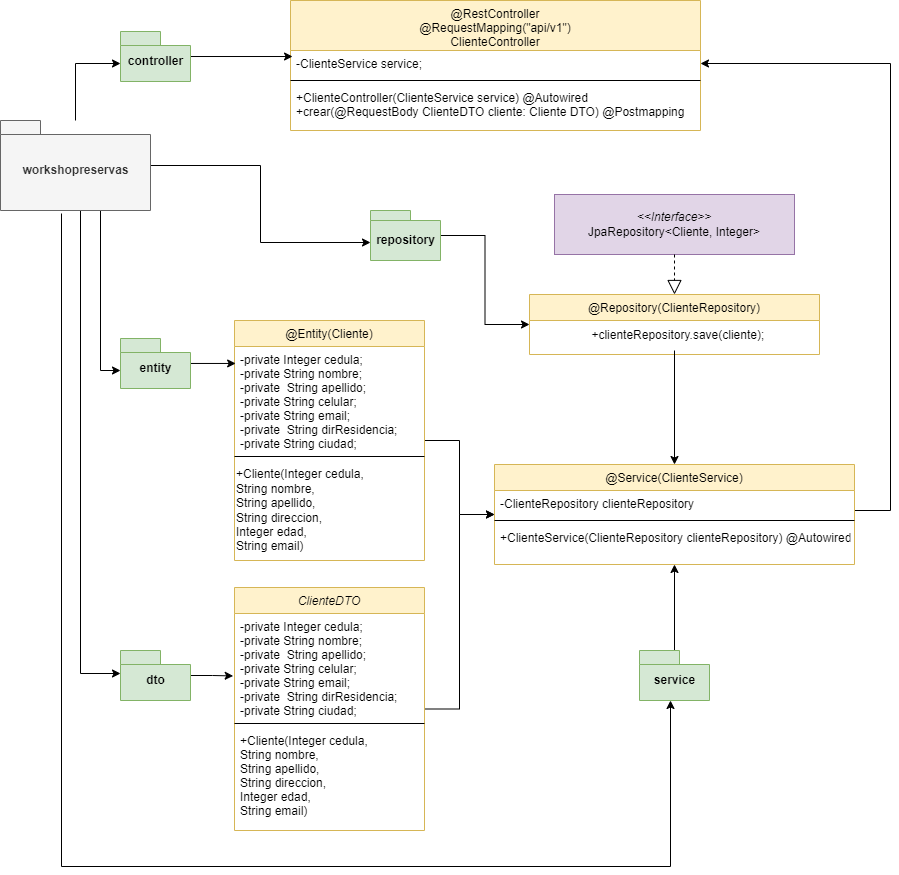
This is clase_cliente.drawio.png from VivianaGuzmanBuritica/reservas-hotel-api-java, a draw.io export, as it was before one commit. Source tidied: cells renumbered, new cells last; positions are measured from the earlier drawing's top-left corner, leaving out a move shared by most shapes.
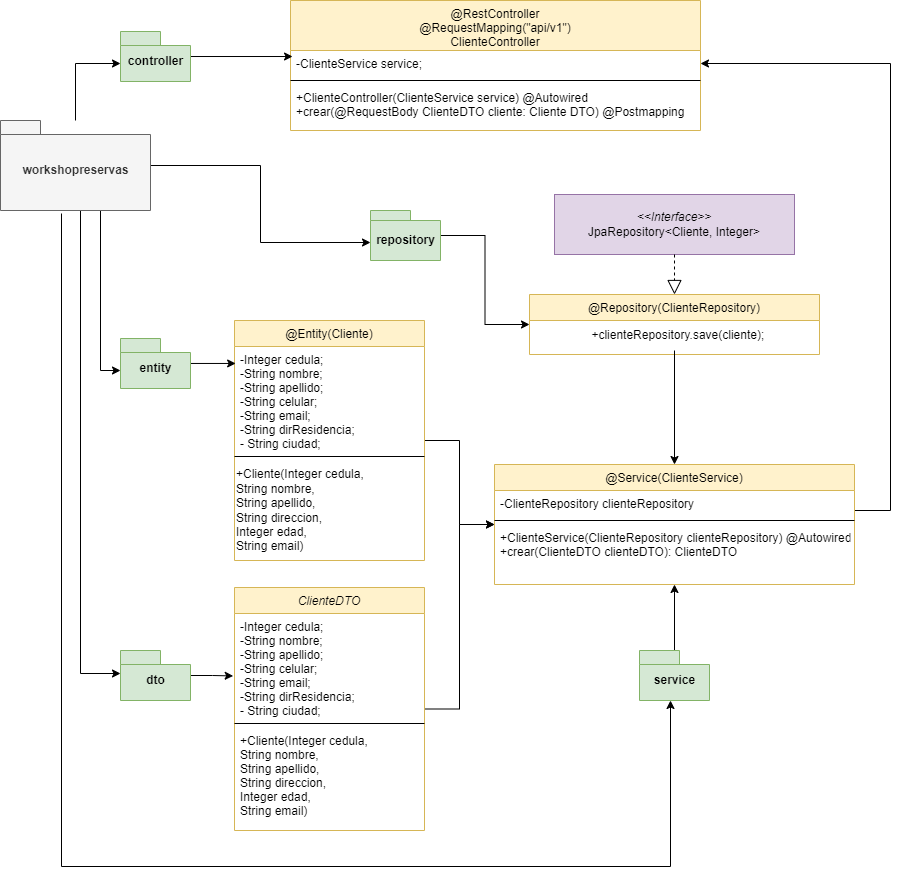
Above is the later version.

The edit, as a diff of the source:
```diff
@@ -8,7 +8,7 @@
     <mxCell id="3" value="@Entity(Cliente)" style="swimlane;fontStyle=0;align=center;verticalAlign=top;horizontal=1;startSize=26;rounded=0;shadow=0;strokeWidth=1;fillColor=#fff2cc;strokeColor=#d6b656;" parent="1" vertex="1">
       <mxGeometry x="234" y="320" width="190" height="240" as="geometry" />
     </mxCell>
-    <mxCell id="4" value="-private Integer cedula;&#10;-private String nombre;&#10;-private  String apellido;&#10;-private String celular;&#10;-private String email;&#10;-private  String dirResidencia;&#10;-private String ciudad;" style="text;align=left;verticalAlign=top;spacingLeft=4;spacingRight=4;overflow=hidden;points=[[0,0.5],[1,0.5]];portConstraint=eastwest;" parent="3" vertex="1">
+    <mxCell id="4" value="-Integer cedula;&#10;-String nombre;&#10;-String apellido;&#10;-String celular;&#10;-String email;&#10;-String dirResidencia;&#10;- String ciudad;" style="text;align=left;verticalAlign=top;spacingLeft=4;spacingRight=4;overflow=hidden;points=[[0,0.5],[1,0.5]];portConstraint=eastwest;" parent="3" vertex="1">
       <mxGeometry y="26" width="190" height="106" as="geometry" />
     </mxCell>
     <mxCell id="5" style="line;html=1;strokeWidth=1;align=left;verticalAlign=middle;spacingTop=-1;spacingLeft=3;spacingRight=3;labelPosition=right;" parent="3" vertex="1">
@@ -26,7 +26,7 @@
       </mxGeometry>
     </mxCell>
     <mxCell id="8" value="@Service(ClienteService)" style="swimlane;fontStyle=0;align=center;verticalAlign=top;horizontal=1;startSize=26;rounded=0;shadow=0;strokeWidth=1;fillColor=#fff2cc;strokeColor=#d6b656;" parent="1" vertex="1">
-      <mxGeometry x="494" y="464" width="360" height="100" as="geometry" />
+      <mxGeometry x="494" y="464" width="360" height="120" as="geometry" />
     </mxCell>
     <mxCell id="9" value="-ClienteRepository clienteRepository" style="text;align=left;verticalAlign=top;spacingLeft=4;spacingRight=4;overflow=hidden;rounded=0;shadow=0;html=0;" parent="8" vertex="1">
       <mxGeometry y="26" width="360" height="26" as="geometry" />
@@ -34,8 +34,8 @@
     <mxCell id="10" style="line;html=1;strokeWidth=1;align=left;verticalAlign=middle;spacingTop=-1;spacingLeft=3;spacingRight=3;labelPosition=right;" parent="8" vertex="1">
       <mxGeometry y="52" width="360" height="8" as="geometry" />
     </mxCell>
-    <mxCell id="11" value="+ClienteService(ClienteRepository clienteRepository) @Autowired" style="text;align=left;verticalAlign=top;spacingLeft=4;spacingRight=4;overflow=hidden;" parent="8" vertex="1">
-      <mxGeometry y="60" width="360" height="26" as="geometry" />
+    <mxCell id="11" value="+ClienteService(ClienteRepository clienteRepository) @Autowired&#10;+crear(ClienteDTO clienteDTO): ClienteDTO" style="text;align=left;verticalAlign=top;spacingLeft=4;spacingRight=4;overflow=hidden;" parent="8" vertex="1">
+      <mxGeometry y="60" width="360" height="60" as="geometry" />
     </mxCell>
     <mxCell id="12" value="@Repository(ClienteRepository)" style="swimlane;fontStyle=0;align=center;verticalAlign=top;horizontal=1;startSize=26;rounded=0;shadow=0;strokeWidth=1;fillColor=#fff2cc;strokeColor=#d6b656;" parent="1" vertex="1">
       <mxGeometry x="529" y="294" width="290" height="60" as="geometry" />
@@ -64,7 +64,7 @@
     <mxCell id="20" value="ClienteDTO" style="swimlane;fontStyle=2;align=center;verticalAlign=top;horizontal=1;startSize=26;rounded=0;shadow=0;strokeWidth=1;fillColor=#fff2cc;strokeColor=#d6b656;" parent="1" vertex="1">
       <mxGeometry x="234" y="587" width="190" height="243" as="geometry" />
     </mxCell>
-    <mxCell id="21" value="-private Integer cedula;&#10;-private String nombre;&#10;-private  String apellido;&#10;-private String celular;&#10;-private String email;&#10;-private  String dirResidencia;&#10;-private String ciudad;" style="text;align=left;verticalAlign=top;spacingLeft=4;spacingRight=4;overflow=hidden;points=[[0,0.5],[1,0.5]];portConstraint=eastwest;" parent="20" vertex="1">
+    <mxCell id="21" value="-Integer cedula;&#10;-String nombre;&#10;-String apellido;&#10;-String celular;&#10;-String email;&#10;-String dirResidencia;&#10;- String ciudad;" style="text;align=left;verticalAlign=top;spacingLeft=4;spacingRight=4;overflow=hidden;points=[[0,0.5],[1,0.5]];portConstraint=eastwest;" parent="20" vertex="1">
       <mxGeometry y="26" width="190" height="106" as="geometry" />
     </mxCell>
     <mxCell id="22" style="line;html=1;strokeWidth=1;align=left;verticalAlign=middle;spacingTop=-1;spacingLeft=3;spacingRight=3;labelPosition=right;" parent="20" vertex="1">
```
